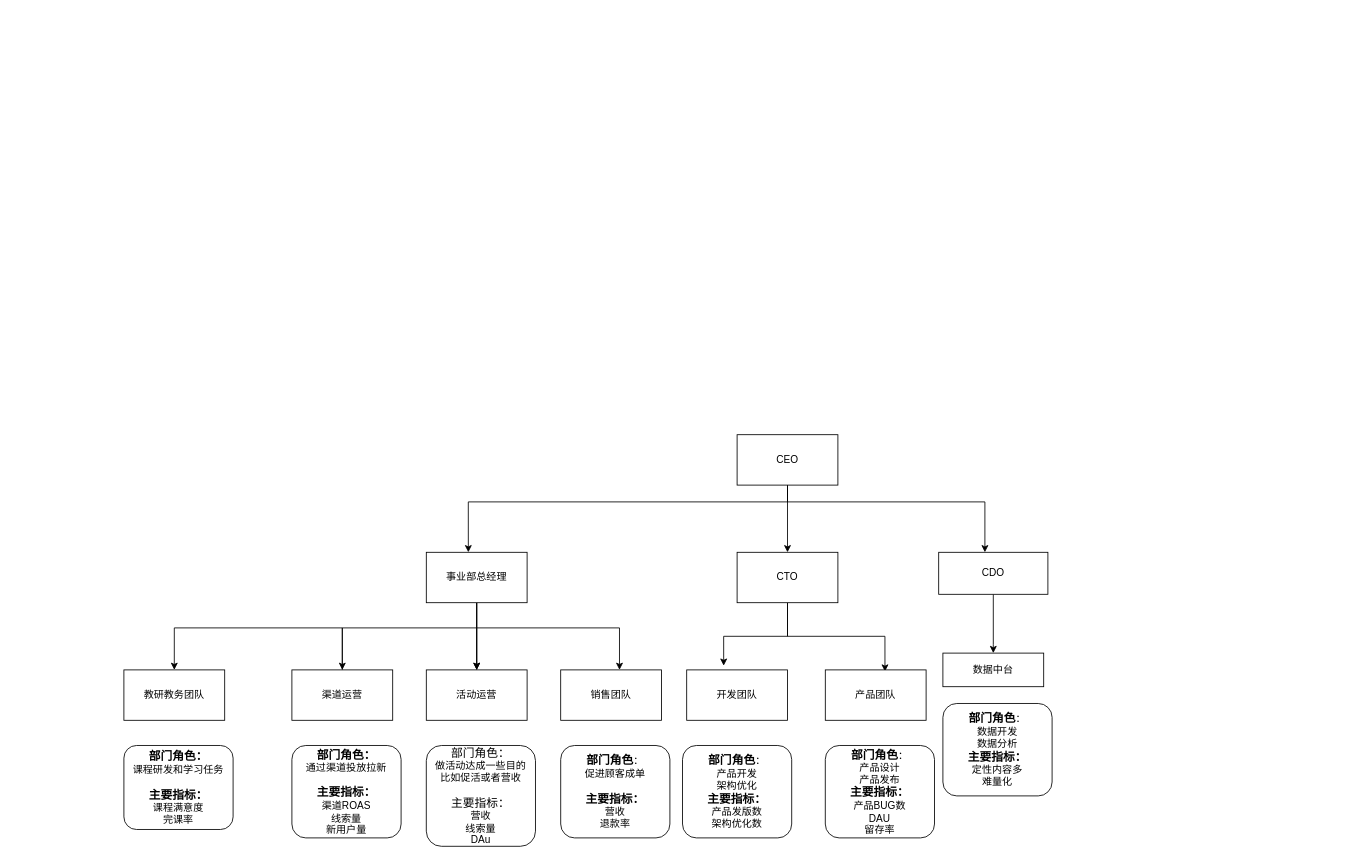
Above: page "Page-1" (1 of 3) of Untitled Diagram.drawio in Bigcirclecircle/Data-Analysis (draw.io), before the change. Source tidied: cells renumbered, new cells numbered last; positions are measured from the earlier drawing's top-left corner, leaving out a move shared by most shapes. Both pictures are drawn from the tidied source at 84%, with x=0, y=0 at pixel (123, 434).
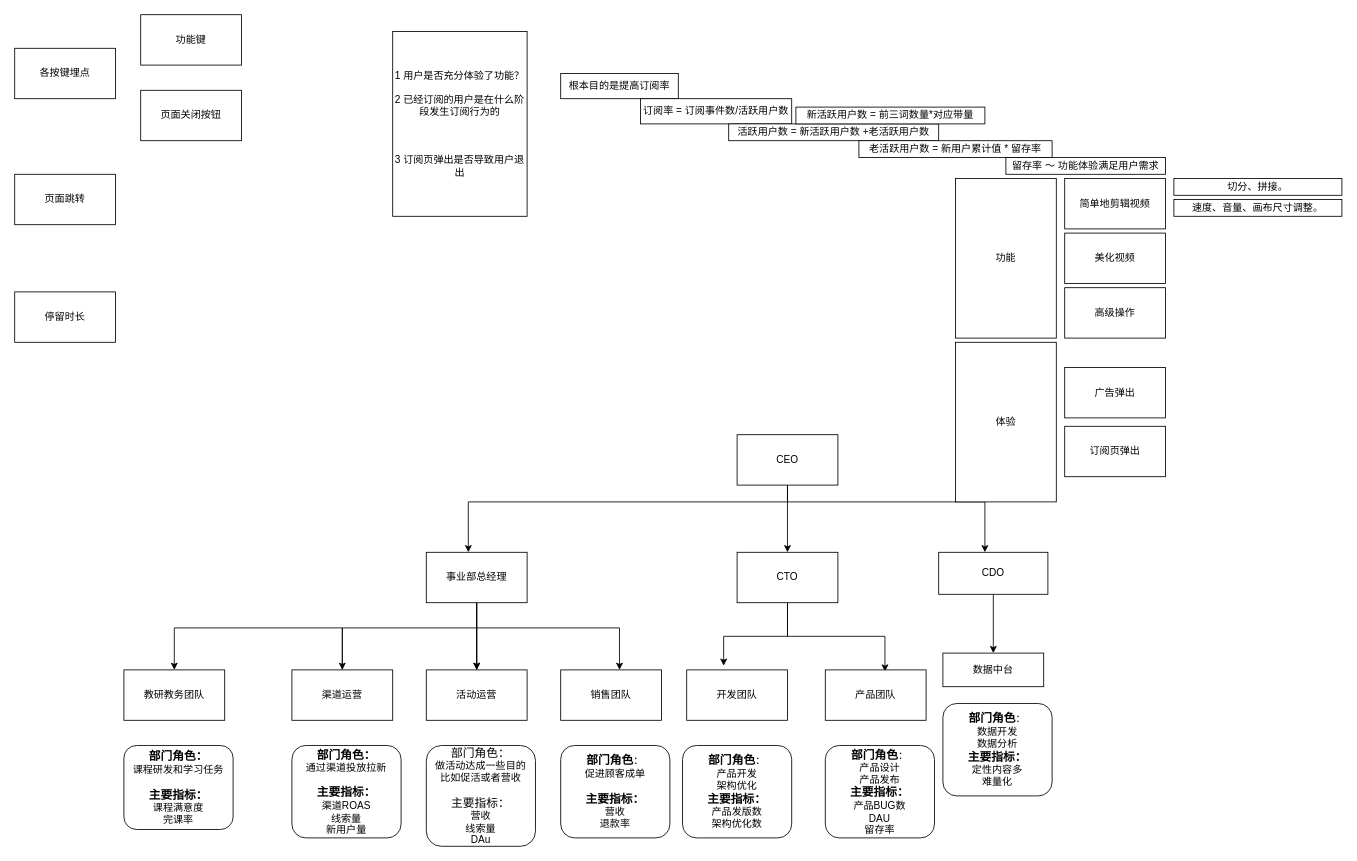
After the change.

What changed in the source:
```diff
@@
+    <mxCell id="31" value="各按键埋点" style="rounded=0;whiteSpace=wrap;html=1;" parent="1" vertex="1">
+      <mxGeometry x="-130" y="-460" width="120" height="60" as="geometry" />
+    </mxCell>
+    <mxCell id="32" value="页面跳转" style="rounded=0;whiteSpace=wrap;html=1;" parent="1" vertex="1">
+      <mxGeometry x="-130" y="-310" width="120" height="60" as="geometry" />
+    </mxCell>
+    <mxCell id="33" value="功能键" style="rounded=0;whiteSpace=wrap;html=1;" parent="1" vertex="1">
+      <mxGeometry x="20" y="-500" width="120" height="60" as="geometry" />
+    </mxCell>
+    <mxCell id="34" value="页面关闭按钮" style="rounded=0;whiteSpace=wrap;html=1;" parent="1" vertex="1">
+      <mxGeometry x="20" y="-410" width="120" height="60" as="geometry" />
+    </mxCell>
+    <mxCell id="35" value="停留时长" style="rounded=0;whiteSpace=wrap;html=1;" parent="1" vertex="1">
+      <mxGeometry x="-130" y="-170" width="120" height="60" as="geometry" />
+    </mxCell>
+    <mxCell id="36" value="1 用户是否充分体验了功能？&lt;br&gt;&lt;br&gt;2 已经订阅的用户是在什么阶段发生订阅行为的&lt;br&gt;&lt;br&gt;&lt;br&gt;&lt;br&gt;3 订阅页弹出是否导致用户退出&lt;br&gt;" style="rounded=0;whiteSpace=wrap;html=1;" parent="1" vertex="1">
+      <mxGeometry x="320" y="-480" width="160" height="220" as="geometry" />
+    </mxCell>
+    <mxCell id="37" value="根本目的是提高订阅率" style="rounded=0;whiteSpace=wrap;html=1;" parent="1" vertex="1">
+      <mxGeometry x="520" y="-430" width="140" height="30" as="geometry" />
+    </mxCell>
+    <mxCell id="38" value="订阅率 = 订阅事件数/活跃用户数" style="rounded=0;whiteSpace=wrap;html=1;" parent="1" vertex="1">
+      <mxGeometry x="615" y="-400" width="180" height="30" as="geometry" />
+    </mxCell>
+    <mxCell id="39" value="简单地剪辑视频" style="rounded=0;whiteSpace=wrap;html=1;" parent="1" vertex="1">
+      <mxGeometry x="1120" y="-305" width="120" height="60" as="geometry" />
+    </mxCell>
+    <mxCell id="40" value="&lt;span&gt;活跃用户数 = 新活跃用户数 +老活跃用户数&lt;/span&gt;" style="rounded=0;whiteSpace=wrap;html=1;" parent="1" vertex="1">
+      <mxGeometry x="720" y="-370" width="250" height="20" as="geometry" />
+    </mxCell>
+    <mxCell id="41" value="&lt;span&gt;新活跃用户数 = 前三词数量*对应带量&lt;/span&gt;" style="rounded=0;whiteSpace=wrap;html=1;" parent="1" vertex="1">
+      <mxGeometry x="800" y="-390" width="225" height="20" as="geometry" />
+    </mxCell>
+    <mxCell id="42" value="&lt;span&gt;老活跃用户数 = 新用户累计值 * 留存率&lt;/span&gt;" style="rounded=0;whiteSpace=wrap;html=1;" parent="1" vertex="1">
+      <mxGeometry x="875" y="-350" width="230" height="20" as="geometry" />
+    </mxCell>
+    <mxCell id="43" value="&lt;span&gt;留存率 ～ 功能体验满足用户需求&lt;/span&gt;" style="rounded=0;whiteSpace=wrap;html=1;" parent="1" vertex="1">
+      <mxGeometry x="1050" y="-330" width="190" height="20" as="geometry" />
+    </mxCell>
+    <mxCell id="44" value="美化视频" style="rounded=0;whiteSpace=wrap;html=1;" parent="1" vertex="1">
+      <mxGeometry x="1120" y="-240" width="120" height="60" as="geometry" />
+    </mxCell>
+    <mxCell id="45" value="高级操作" style="rounded=0;whiteSpace=wrap;html=1;" parent="1" vertex="1">
+      <mxGeometry x="1120" y="-175" width="120" height="60" as="geometry" />
+    </mxCell>
+    <mxCell id="46" value="功能" style="rounded=0;whiteSpace=wrap;html=1;" parent="1" vertex="1">
+      <mxGeometry x="990" y="-305" width="120" height="190" as="geometry" />
+    </mxCell>
+    <mxCell id="47" value="体验" style="rounded=0;whiteSpace=wrap;html=1;" parent="1" vertex="1">
+      <mxGeometry x="990" y="-110" width="120" height="190" as="geometry" />
+    </mxCell>
+    <mxCell id="48" value="订阅页弹出" style="rounded=0;whiteSpace=wrap;html=1;" parent="1" vertex="1">
+      <mxGeometry x="1120" y="-10" width="120" height="60" as="geometry" />
+    </mxCell>
+    <mxCell id="49" value="广告弹出" style="rounded=0;whiteSpace=wrap;html=1;" parent="1" vertex="1">
+      <mxGeometry x="1120" y="-80" width="120" height="60" as="geometry" />
+    </mxCell>
+    <mxCell id="50" value="切分、拼接。" style="rounded=0;whiteSpace=wrap;html=1;" parent="1" vertex="1">
+      <mxGeometry x="1250" y="-305" width="200" height="20" as="geometry" />
+    </mxCell>
+    <mxCell id="51" value="速度、音量、画布尺寸调整。" style="rounded=0;whiteSpace=wrap;html=1;" parent="1" vertex="1">
+      <mxGeometry x="1250" y="-280" width="200" height="20" as="geometry" />
+    </mxCell>
```
